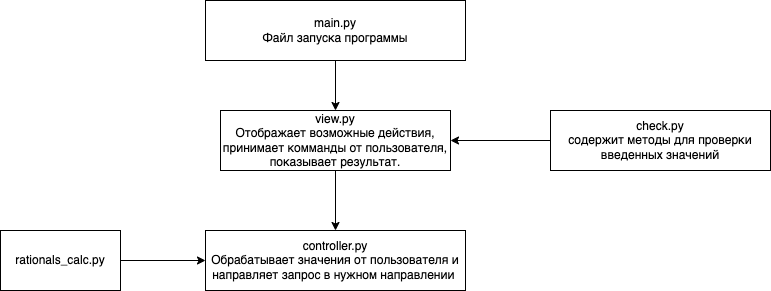
Earlier version of the draw.io export lesson_7/program_diagram.drawio.png (Natalya-Yakhina/GB_PYTHON_LESSONS). Source tidied: cells renumbered, new cells last; positions are measured from the earlier drawing's top-left corner, leaving out a move shared by most shapes. Source of this version:
```xml
<mxGraphModel>
  <root>
    <mxCell id="0" />
    <mxCell id="1" parent="0" />
    <mxCell id="2" style="edgeStyle=none;html=1;" parent="1" edge="1" source="3" target="4">
      <mxGeometry relative="1" as="geometry" />
    </mxCell>
    <mxCell id="3" value="view.py&lt;br&gt;Отображает возможные действия, принимает комманды от пользователя, показывает результат." style="rounded=0;whiteSpace=wrap;html=1;" parent="1" vertex="1">
      <mxGeometry x="220" y="110" width="230" height="60" as="geometry" />
    </mxCell>
    <mxCell id="4" value="controller.py&lt;br&gt;Обрабатывает значения от пользователя и направляет запрос в нужном направлении&amp;nbsp;" style="rounded=0;whiteSpace=wrap;html=1;" parent="1" vertex="1">
      <mxGeometry x="205" y="230" width="260" height="60" as="geometry" />
    </mxCell>
    <mxCell id="5" style="edgeStyle=none;html=1;" parent="1" edge="1" source="6" target="4">
      <mxGeometry relative="1" as="geometry" />
    </mxCell>
    <mxCell id="6" value="rationals_calc.py" style="rounded=0;whiteSpace=wrap;html=1;" parent="1" vertex="1">
      <mxGeometry y="230" width="120" height="60" as="geometry" />
    </mxCell>
    <mxCell id="7" style="edgeStyle=none;html=1;" parent="1" edge="1" source="8" target="3">
      <mxGeometry relative="1" as="geometry" />
    </mxCell>
    <mxCell id="8" value="main.py&lt;br&gt;Файл запуска программы" style="rounded=0;whiteSpace=wrap;html=1;" parent="1" vertex="1">
      <mxGeometry x="205" width="260" height="60" as="geometry" />
    </mxCell>
    <mxCell id="9" style="edgeStyle=none;html=1;" parent="1" edge="1" source="10" target="3">
      <mxGeometry relative="1" as="geometry" />
    </mxCell>
    <mxCell id="10" value="check.py&lt;br&gt;содержит методы для проверки введенных значений" style="rounded=0;whiteSpace=wrap;html=1;" parent="1" vertex="1">
      <mxGeometry x="550" y="110" width="220" height="60" as="geometry" />
    </mxCell>
  </root>
</mxGraphModel>
```
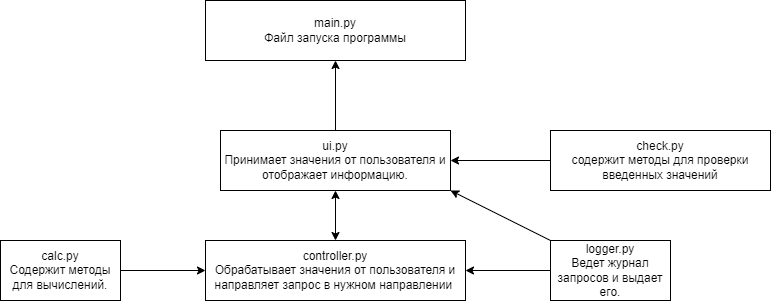
After the commit.

Commit message:
Added logger and logs, refactoring

What changed in the source:
```diff
@@ -2,24 +2,21 @@
   <root>
     <mxCell id="0" />
     <mxCell id="1" parent="0" />
-    <mxCell id="2" style="edgeStyle=none;html=1;" parent="1" edge="1" source="3" target="4">
-      <mxGeometry relative="1" as="geometry" />
-    </mxCell>
+    <mxCell id="11" style="edgeStyle=none;html=1;" parent="1" edge="1" source="3" target="8">
+      <mxGeometry relative="1" as="geometry" />
+    </mxCell>
-    <mxCell id="3" value="view.py&lt;br&gt;Отображает возможные действия, принимает комманды от пользователя, показывает результат." style="rounded=0;whiteSpace=wrap;html=1;" parent="1" vertex="1">
-      <mxGeometry x="220" y="110" width="230" height="60" as="geometry" />
+    <mxCell id="3" value="ui.py&lt;br&gt;Принимает значения от пользователя и отображает информацию." style="rounded=0;whiteSpace=wrap;html=1;" parent="1" vertex="1">
+      <mxGeometry x="220" y="130" width="230" height="60" as="geometry" />
     </mxCell>
     <mxCell id="4" value="controller.py&lt;br&gt;Обрабатывает значения от пользователя и направляет запрос в нужном направлении&amp;nbsp;" style="rounded=0;whiteSpace=wrap;html=1;" parent="1" vertex="1">
-      <mxGeometry x="205" y="230" width="260" height="60" as="geometry" />
+      <mxGeometry x="205" y="240" width="260" height="60" as="geometry" />
     </mxCell>
     <mxCell id="5" style="edgeStyle=none;html=1;" parent="1" edge="1" source="6" target="4">
       <mxGeometry relative="1" as="geometry" />
     </mxCell>
-    <mxCell id="6" value="rationals_calc.py" style="rounded=0;whiteSpace=wrap;html=1;" parent="1" vertex="1">
-      <mxGeometry y="230" width="120" height="60" as="geometry" />
+    <mxCell id="6" value="calc.py&lt;br&gt;Содержит методы для вычислений." style="rounded=0;whiteSpace=wrap;html=1;" parent="1" vertex="1">
+      <mxGeometry y="240" width="120" height="60" as="geometry" />
     </mxCell>
-    <mxCell id="7" style="edgeStyle=none;html=1;" parent="1" edge="1" source="8" target="3">
-      <mxGeometry relative="1" as="geometry" />
-    </mxCell>
     <mxCell id="8" value="main.py&lt;br&gt;Файл запуска программы" style="rounded=0;whiteSpace=wrap;html=1;" parent="1" vertex="1">
       <mxGeometry x="205" width="260" height="60" as="geometry" />
     </mxCell>
@@ -27,7 +24,19 @@
       <mxGeometry relative="1" as="geometry" />
     </mxCell>
     <mxCell id="10" value="check.py&lt;br&gt;содержит методы для проверки введенных значений" style="rounded=0;whiteSpace=wrap;html=1;" parent="1" vertex="1">
-      <mxGeometry x="550" y="110" width="220" height="60" as="geometry" />
+      <mxGeometry x="550" y="130" width="220" height="60" as="geometry" />
     </mxCell>
+    <mxCell id="12" style="endArrow=classic;startArrow=classic;html=1;exitX=0.5;exitY=0;exitDx=0;exitDy=0;entryX=0.5;entryY=1;entryDx=0;entryDy=0;" parent="1" edge="1" source="4" target="3">
+      <mxGeometry relative="1" as="geometry" />
+    </mxCell>
+    <mxCell id="13" style="edgeStyle=none;html=1;" parent="1" edge="1" source="15" target="4">
+      <mxGeometry relative="1" as="geometry" />
+    </mxCell>
+    <mxCell id="14" style="edgeStyle=none;html=1;exitX=0;exitY=0;exitDx=0;exitDy=0;entryX=1;entryY=1;entryDx=0;entryDy=0;" parent="1" edge="1" source="15" target="3">
+      <mxGeometry relative="1" as="geometry" />
+    </mxCell>
+    <mxCell id="15" value="logger.py&lt;br&gt;Ведет журнал запросов и выдает его." style="rounded=0;whiteSpace=wrap;html=1;" parent="1" vertex="1">
+      <mxGeometry x="550" y="240" width="120" height="60" as="geometry" />
+    </mxCell>
   </root>
 </mxGraphModel>
```
